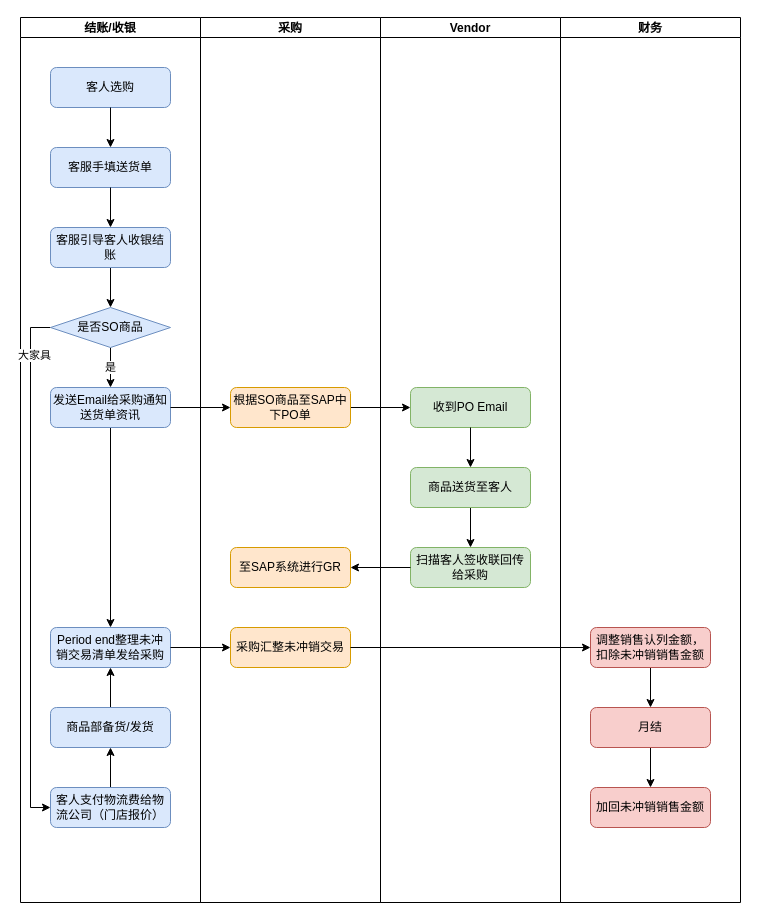
This is page "SO销售业务流程-ASIS" (2 of 6) of Special Order.drawio from luss613/draw.io, a draw.io file, before an edit. Source tidied: cells renumbered, new cells numbered last; positions are measured from the earlier drawing's top-left corner, leaving out a move shared by most shapes. Both pictures are drawn from the tidied source at 100%, with x=0, y=0 at pixel (20, 17).
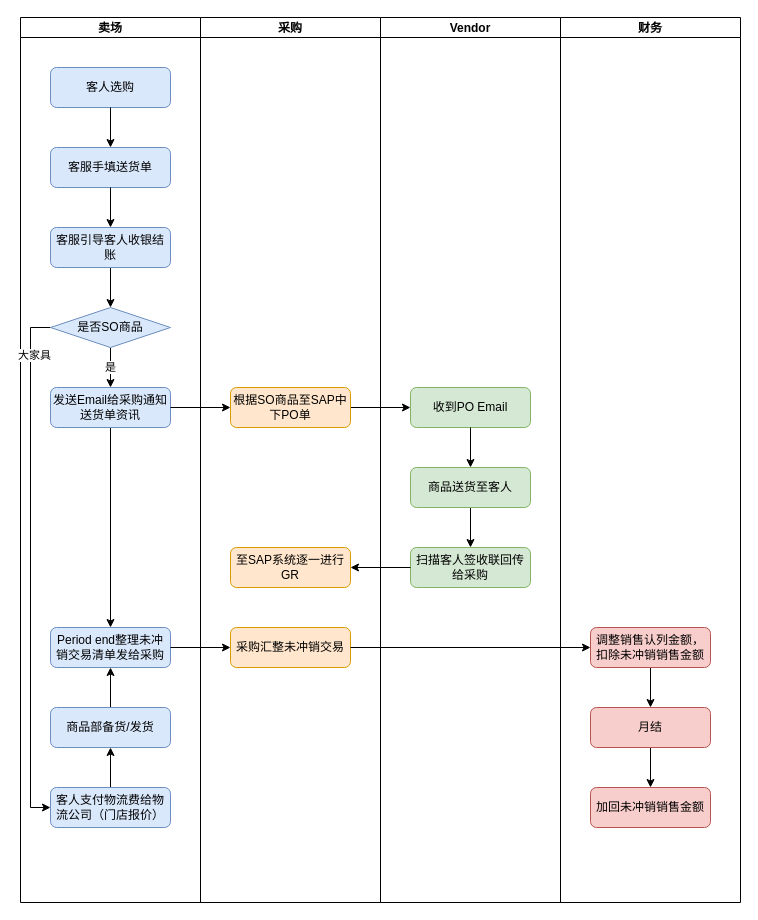
The same diagram, later.

Unchanged cells that the change refers to:
```xml
<mxCell id="21" value="采购" style="swimlane;startSize=20;" parent="1" vertex="1">
  <mxGeometry x="180" width="180" height="885" as="geometry" />
</mxCell>
```

What changed in the source:
```diff
@@
-    <mxCell id="3" value="结账/收银" style="swimlane;startSize=20;" parent="1" vertex="1">
+    <mxCell id="3" value="卖场" style="swimlane;startSize=20;" parent="1" vertex="1">
       <mxGeometry width="180" height="885" as="geometry" />
     </mxCell>
@@
-    <mxCell id="24" value="至SAP系统进行GR" style="rounded=1;whiteSpace=wrap;html=1;fontSize=12;glass=0;strokeWidth=1;shadow=0;fillColor=#ffe6cc;strokeColor=#d79b00;" parent="21" vertex="1">
+    <mxCell id="24" value="至SAP系统逐一进行GR" style="rounded=1;whiteSpace=wrap;html=1;fontSize=12;glass=0;strokeWidth=1;shadow=0;fillColor=#ffe6cc;strokeColor=#d79b00;" parent="21" vertex="1">
       <mxGeometry x="30" y="530" width="120" height="40" as="geometry" />
     </mxCell>
```
